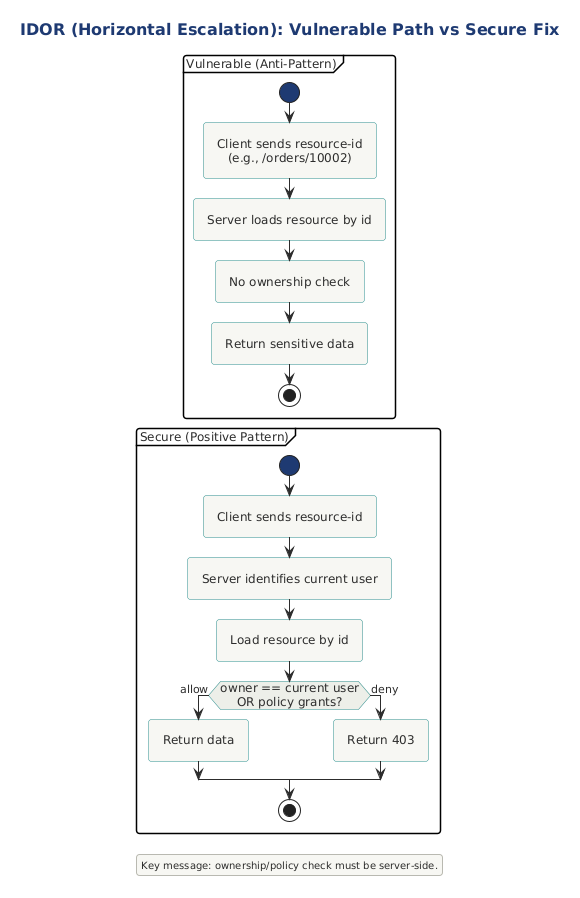
This is src/security/application-security/web-security/broken-access-control/notes/diagrams/png/idor-horizontal-escalation-vulnerable-path-vs.png from Notoriousjayy/latex-docs, a PlantUML export, as it was before one commit.
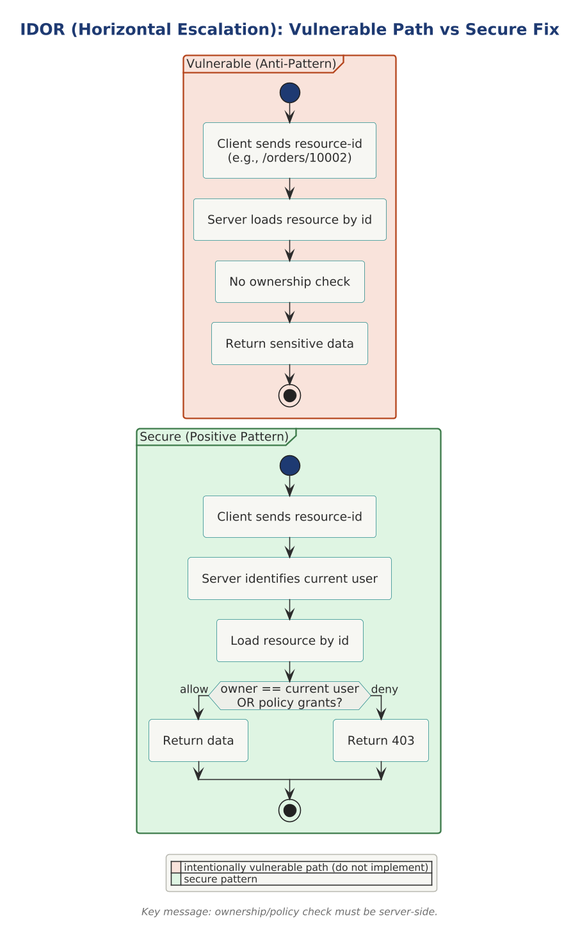
Above is the later version.

Diff of the diagram source:
```diff
@@ -1,9 +1,14 @@
 @startuml
+
+skinparam dpi 150
+
+
+
 title IDOR (Horizontal Escalation): Vulnerable Path vs Secure Fix
 
 !include ../../../../../../../tooling/styles/plantuml/behavioral/activity-diagram-style.iuml
 
-partition "Vulnerable (Anti-Pattern)" {
+partition "Vulnerable (Anti-Pattern)" <<invalid>> {
   start
   :Client sends resource-id\n(e.g., /orders/10002);
   :Server loads resource by id;
@@ -12,7 +17,7 @@
   stop
 }
 
-partition "Secure (Positive Pattern)" {
+partition "Secure (Positive Pattern)" <<ok>> {
   start
   :Client sends resource-id;
   :Server identifies current user;
@@ -26,6 +31,8 @@
 }
 
 legend right
-Key message: ownership/policy check must be server-side.
+  |<$fill_invalid>   | intentionally vulnerable path (do not implement) |
+  |<$fill_ok>   | secure pattern |
 endlegend
+caption Key message: ownership/policy check must be server-side.
 @enduml
```
